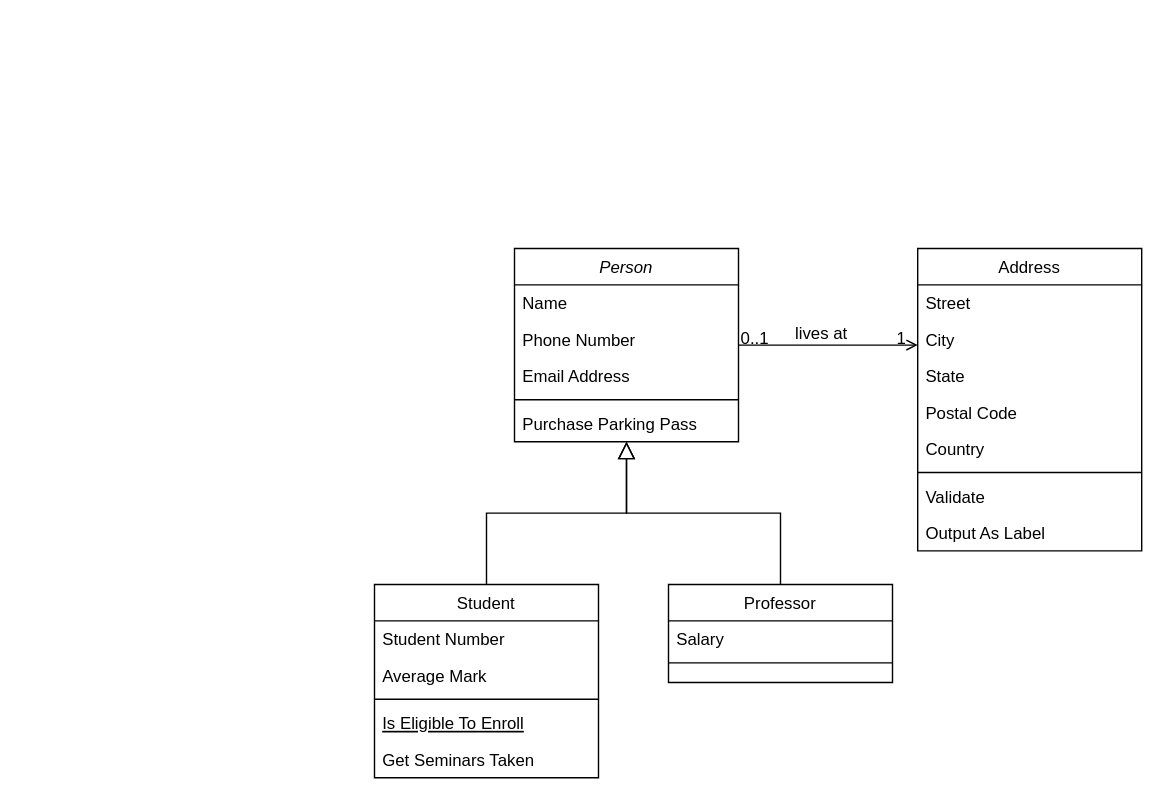
Before: page "Page-1" (1 of 2) of plc.drawio in kittaka12341/PLC, a draw.io diagram. Source tidied: cells renumbered, new cells numbered last; positions are measured from the earlier drawing's top-left corner, leaving out a move shared by most shapes. Both pictures are drawn from the tidied source at 140%, with x=0, y=0 at pixel (374, 248).
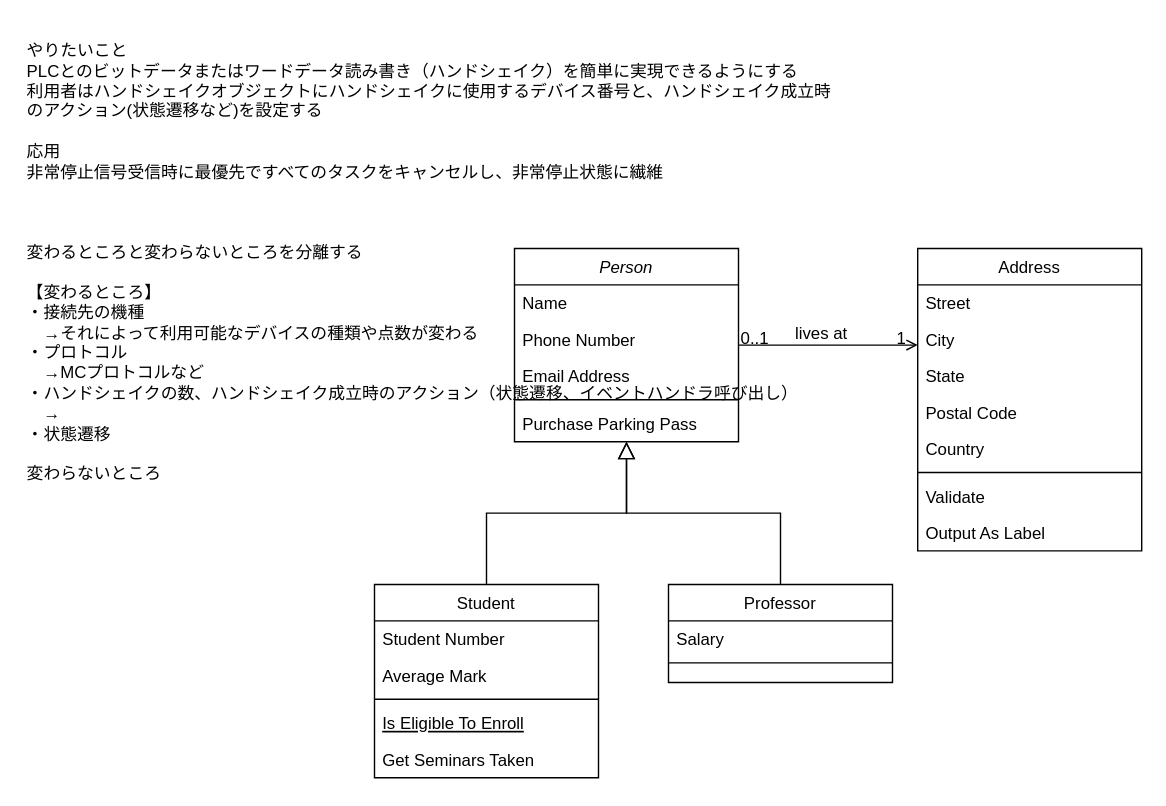
Above is the later version.

Commit message:
plc.drawio を更新します

Change to the diagram source:
```diff
@@
+    <mxCell id="32" value="&lt;div&gt;やりたいこと&lt;/div&gt;&lt;div&gt;PLCとのビットデータまたはワードデータ読み書き（ハンドシェイク）を簡単に実現できるようにする&lt;/div&gt;&lt;div&gt;利用者はハンドシェイクオブジェクトにハンドシェイクに使用するデバイス番号と、ハンドシェイク成立時のアクション(状態遷移など)を設定する&lt;/div&gt;&lt;div&gt;&lt;br&gt;&lt;/div&gt;&lt;div&gt;応用&lt;/div&gt;&lt;div&gt;非常停止信号受信時に最優先ですべてのタスクをキャンセルし、非常停止状態に繊維&lt;/div&gt;&lt;div&gt;&lt;br&gt;&lt;/div&gt;&lt;div&gt;&lt;br&gt;&lt;/div&gt;&lt;div&gt;&lt;br&gt;&lt;/div&gt;変わるところと&lt;span style=&quot;background-color: initial;&quot;&gt;変わらないところを分離する&lt;/span&gt;&lt;div&gt;&lt;br&gt;&lt;/div&gt;&lt;div&gt;【変わるところ&lt;span style=&quot;background-color: initial;&quot;&gt;】&lt;/span&gt;&lt;/div&gt;&lt;div&gt;・接続先の機種&lt;/div&gt;&lt;div&gt;　→それによって利用可能なデバイスの種類や点数が変わる&lt;/div&gt;&lt;div&gt;・プロトコル&lt;/div&gt;&lt;div&gt;　→MCプロトコルなど&lt;/div&gt;&lt;div&gt;・ハンドシェイクの数、ハンドシェイク成立時のアクション（状態遷移、イベントハンドラ呼び出し）&lt;/div&gt;&lt;div&gt;　→&lt;/div&gt;&lt;div&gt;・状態遷移&lt;/div&gt;&lt;div&gt;&lt;br&gt;&lt;/div&gt;&lt;div&gt;変わらないところ&lt;/div&gt;" style="text;html=1;align=left;verticalAlign=middle;whiteSpace=wrap;rounded=0;" parent="1" vertex="1">
+      <mxGeometry x="-250" y="-160" width="580" height="340" as="geometry" />
+    </mxCell>
```
